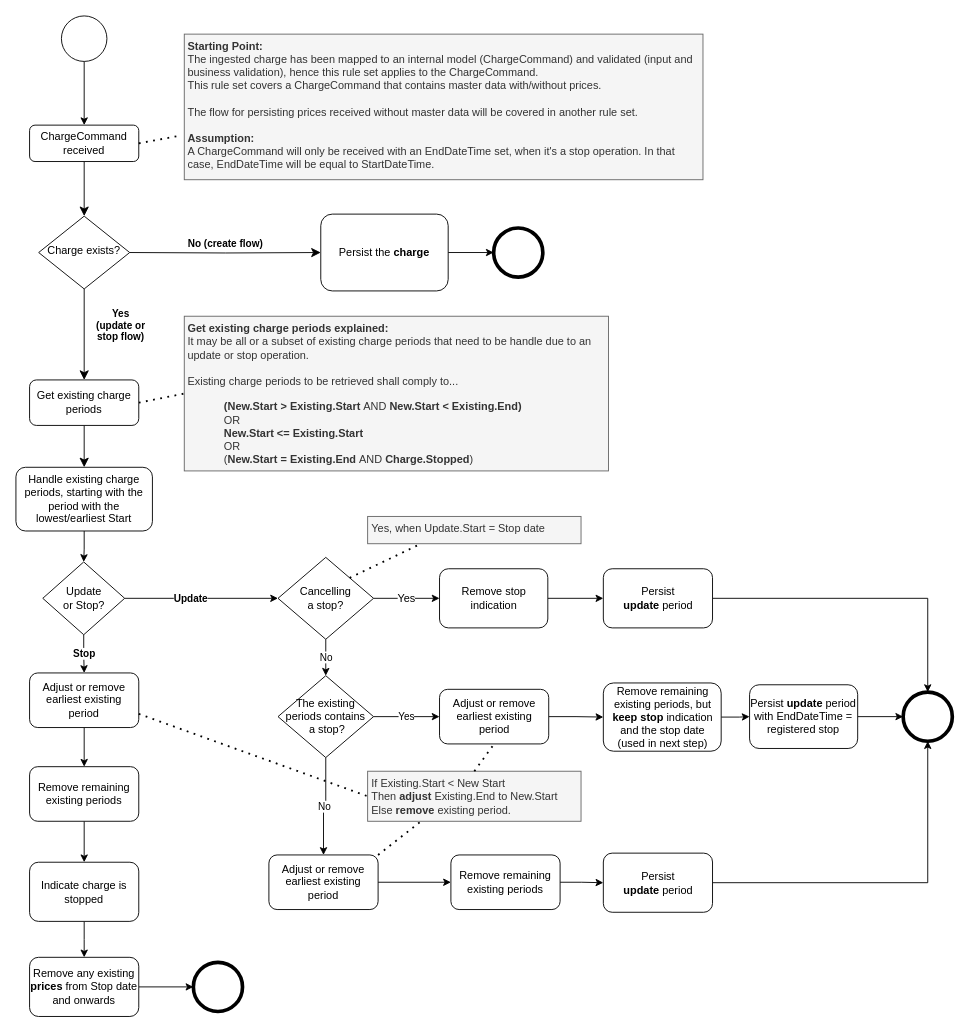
This is page "Ruleset_v2_FlagVersion" (1 of 3) of docs/process-flows/images/PersistingChargesRuleSet_ProcessFlow.drawio from Energinet-DataHub/ARCHIVED-geh-charges, a draw.io file, before an edit. Source tidied: cells renumbered, new cells numbered last; positions are measured from the earlier drawing's top-left corner, leaving out a move shared by most shapes. Both pictures are drawn from the tidied source at 91%, with x=0, y=0 at pixel (15, 15).
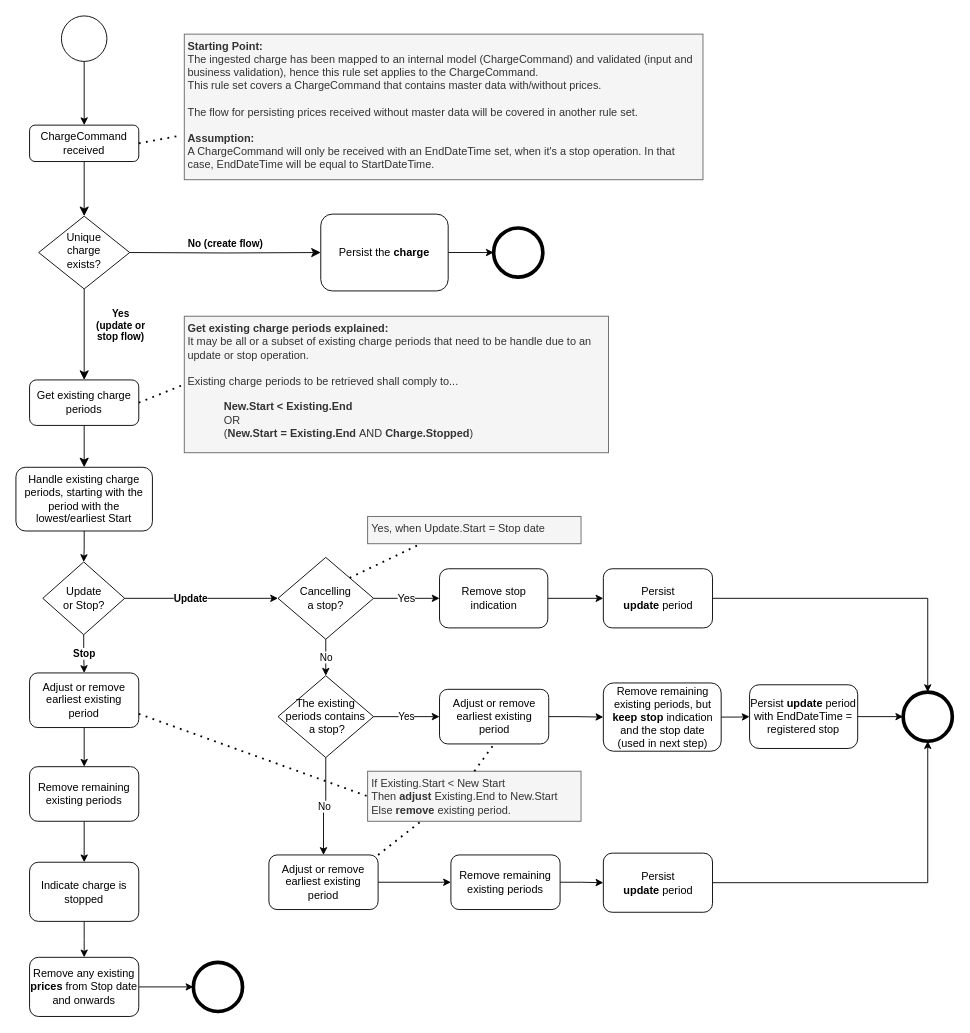
The same page after the edit.

Commit message (it also covers changes not shown here):
Simplified get existing charges logic

Change to the diagram source:
```diff
@@
-    <mxCell id="5" value="Charge exists?" style="rhombus;whiteSpace=wrap;html=1;shadow=0;fontFamily=Helvetica;fontSize=12;align=center;strokeWidth=1;spacing=6;spacingTop=-4;" parent="1" vertex="1">
+    <mxCell id="5" value="Unique &lt;br&gt;charge &lt;br&gt;exists?" style="rhombus;whiteSpace=wrap;html=1;shadow=0;fontFamily=Helvetica;fontSize=12;align=center;strokeWidth=1;spacing=6;spacingTop=-4;" parent="1" vertex="1">
       <mxGeometry x="25" y="220" width="100" height="80" as="geometry" />
     </mxCell>
@@
-    <mxCell id="16" value="&lt;b&gt;Get existing charge periods explained:&lt;/b&gt;&lt;br&gt;It may be all or a subset of existing charge periods that need to be handle due to an update or stop operation.&lt;br&gt;&lt;br&gt;Existing charge periods to be retrieved shall comply to...&lt;br&gt;&lt;br&gt;&lt;blockquote style=&quot;margin: 0 0 0 40px ; border: none ; padding: 0px&quot;&gt;&lt;b&gt;(New.Start &amp;gt; Existing.Start&amp;nbsp;&lt;/b&gt;AND&amp;nbsp;&lt;b&gt;New.Start &amp;lt; Existing.End)&lt;br&gt;&lt;/b&gt;OR &lt;br&gt;&lt;b&gt;New.Start &amp;lt;= Existing.Start&lt;br&gt;&lt;/b&gt;OR&lt;br&gt;(&lt;b&gt;New.Start = Existing.End&amp;nbsp;&lt;/b&gt;AND&amp;nbsp;&lt;b&gt;Charge.Stopped&lt;/b&gt;)&lt;b&gt;&lt;br&gt;&lt;/b&gt;&lt;/blockquote&gt;" style="text;html=1;strokeColor=#666666;fillColor=#f5f5f5;align=left;verticalAlign=top;whiteSpace=wrap;rounded=0;fontColor=#333333;perimeterSpacing=0;spacingTop=0;spacingLeft=2;spacingBottom=2;" parent="1" vertex="1">
-      <mxGeometry x="185" y="330" width="466.2" height="170" as="geometry" />
+    <mxCell id="16" value="&lt;b&gt;Get existing charge periods explained:&lt;/b&gt;&lt;br&gt;It may be all or a subset of existing charge periods that need to be handle due to an update or stop operation.&lt;br&gt;&lt;br&gt;Existing charge periods to be retrieved shall comply to...&lt;br&gt;&lt;br&gt;&lt;blockquote style=&quot;margin: 0 0 0 40px ; border: none ; padding: 0px&quot;&gt;&lt;b&gt;New.Start &amp;lt; Existing.End&lt;br&gt;&lt;/b&gt;OR&lt;br&gt;(&lt;b&gt;New.Start = Existing.End&amp;nbsp;&lt;/b&gt;AND&amp;nbsp;&lt;b&gt;Charge.Stopped&lt;/b&gt;)&lt;b&gt;&lt;br&gt;&lt;/b&gt;&lt;/blockquote&gt;" style="text;html=1;strokeColor=#666666;fillColor=#f5f5f5;align=left;verticalAlign=top;whiteSpace=wrap;rounded=0;fontColor=#333333;perimeterSpacing=0;spacingTop=0;spacingLeft=2;spacingBottom=2;" parent="1" vertex="1">
+      <mxGeometry x="185" y="330" width="466.2" height="150" as="geometry" />
     </mxCell>
```
